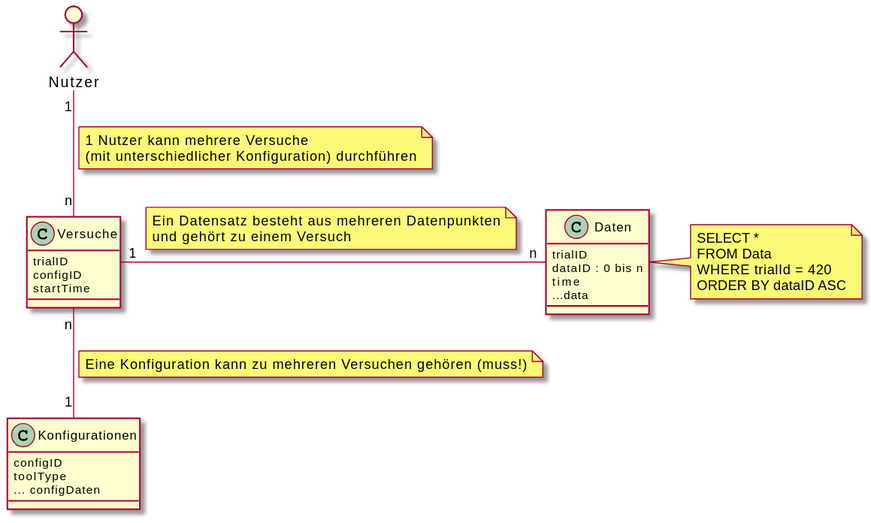
This is uml-class/sonstige/database.svg from weichware-10/dokumente, a PlantUML export, as it was before one commit. The source it was exported from:
```plantuml
@startuml
allowmixing

actor "Nutzer" as n

class "Konfigurationen" as k {
    configID
    toolType
    ... configDaten
}
class "Versuche" as v {
    trialID
    configID
    startTime
}

class "Daten" as d {
    trialID
    dataID : 0 bis n
    time
    ...data
}

n "1" -- "n" v
note on link
    1 Nutzer kann mehrere Versuche
    (mit unterschiedlicher Konfiguration) durchführen
end note
v "1" -r- "n" d
note on link
    Ein Datensatz besteht aus mehreren Datenpunkten
    und gehört zu einem Versuch
end note
v "n" -- "1" k
note on link
    Eine Konfiguration kann zu mehreren Versuchen gehören (muss!)
end note

note right of d
    SELECT *
    FROM Data
    WHERE trialId = 420
    ORDER BY dataID ASC
end note
@enduml
```
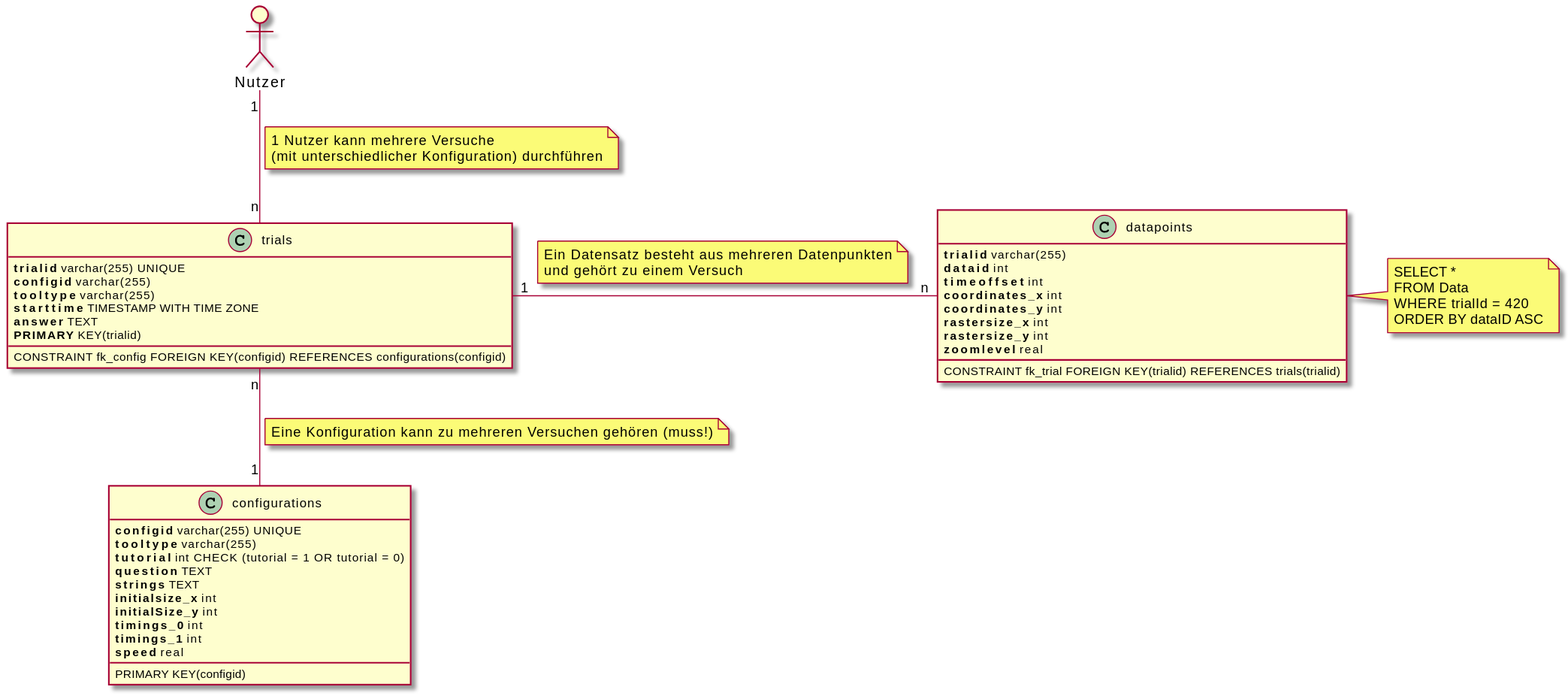
The same diagram one commit later.

Commit message:
[chore] rendered SVGs

Change to the diagram source:
```diff
@@ -3,35 +3,56 @@
 
 actor "Nutzer" as n
 
-class "Konfigurationen" as k {
-    configID
-    toolType
-    ... configDaten
-}
-class "Versuche" as v {
-    trialID
-    configID
-    startTime
+class "configurations" as c {
+    **configid** varchar(255) UNIQUE
+    **tooltype** varchar(255)
+    **tutorial** int CHECK (tutorial = 1 OR tutorial = 0)
+    **question** TEXT
+    **strings** TEXT
+    **initialsize_x** int
+    **initialSize_y** int
+    **timings_0** int
+    **timings_1** int
+    **speed** real
+    __
+    PRIMARY KEY(configid)
 }
 
-class "Daten" as d {
-    trialID
-    dataID : 0 bis n
-    time
-    ...data
+class "trials" as t {
+    **trialid** varchar(255) UNIQUE
+    **configid** varchar(255)
+    **tooltype** varchar(255)
+    **starttime** TIMESTAMP WITH TIME ZONE
+    **answer** TEXT
+    **PRIMARY** KEY(trialid)
+    __
+    CONSTRAINT fk_config FOREIGN KEY(configid) REFERENCES configurations(configid)
 }
 
-n "1" -- "n" v
+class "datapoints" as d {
+    **trialid** varchar(255)
+    **dataid** int
+    **timeoffset** int
+    **coordinates_x** int
+    **coordinates_y** int
+    **rastersize_x** int
+    **rastersize_y** int
+    **zoomlevel** real
+    __
+    CONSTRAINT fk_trial FOREIGN KEY(trialid) REFERENCES trials(trialid)
+}
+
+n "1" -- "n" t
 note on link
     1 Nutzer kann mehrere Versuche
     (mit unterschiedlicher Konfiguration) durchführen
 end note
-v "1" -r- "n" d
+t "1" -r- "n" d
 note on link
     Ein Datensatz besteht aus mehreren Datenpunkten
     und gehört zu einem Versuch
 end note
-v "n" -- "1" k
+t "n" -- "1" c
 note on link
     Eine Konfiguration kann zu mehreren Versuchen gehören (muss!)
 end note
```
